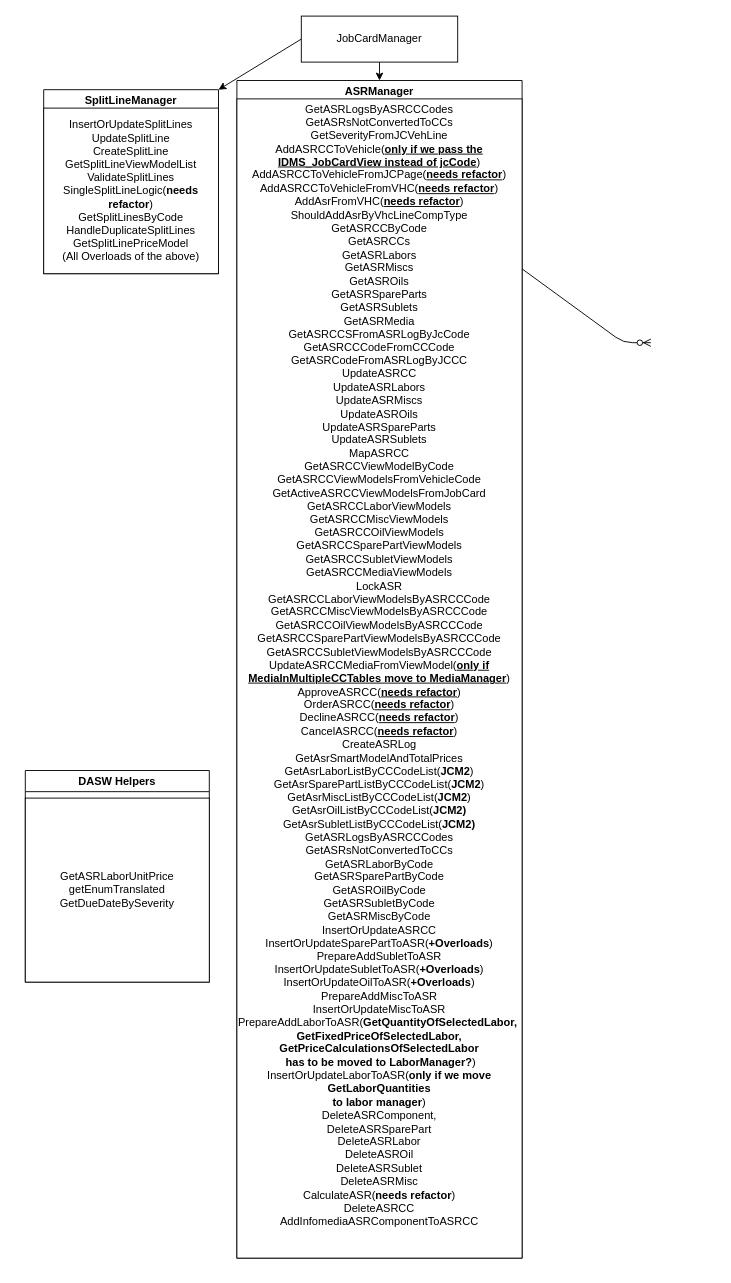
Above: JobCardManager.drawio in Douskasg/OD (draw.io), before the change. Source tidied: cells renumbered, new cells numbered last; positions are measured from the earlier drawing's top-left corner, leaving out a move shared by most shapes. Both pictures are drawn from the tidied source at 92%, with x=0, y=0 at pixel (25, 16).
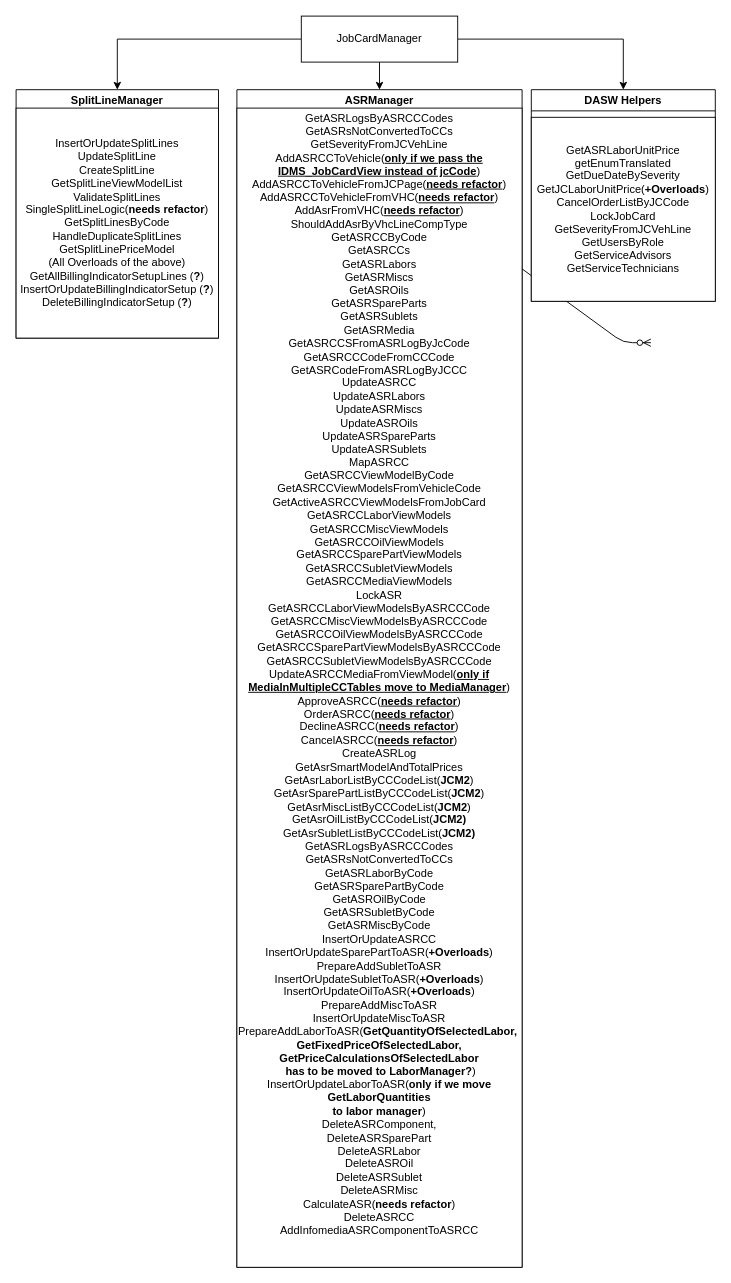
The same diagram, later.

Diff of the diagram source:
```diff
@@
 <mxGraphModel>
   <root>
     <mxCell id="0" />
     <mxCell id="1" parent="0" />
     <mxCell id="2" style="edgeStyle=entityRelationEdgeStyle;endArrow=ERzeroToMany;startArrow=ERone;endFill=1;startFill=0;" parent="1" edge="1">
       <mxGeometry relative="1" as="geometry">
         <mxPoint x="350" y="165" as="sourcePoint" />
         <mxPoint x="420" y="620" as="targetPoint" />
       </mxGeometry>
     </mxCell>
     <mxCell id="3" style="edgeStyle=entityRelationEdgeStyle;endArrow=ERzeroToMany;startArrow=ERone;endFill=1;startFill=0;" parent="1" edge="1">
       <mxGeometry relative="1" as="geometry">
         <mxPoint x="380" y="180" as="sourcePoint" />
         <mxPoint x="680" y="355" as="targetPoint" />
       </mxGeometry>
     </mxCell>
     <mxCell id="4" style="edgeStyle=orthogonalEdgeStyle;rounded=0;jettySize=auto;html=1;exitX=0.5;exitY=1;exitDx=0;exitDy=0;entryX=0.5;entryY=0;entryDx=0;entryDy=0;" parent="1" edge="1" source="5" target="9">
       <mxGeometry relative="1" as="geometry" />
     </mxCell>
+    <mxCell id="13" style="edgeStyle=orthogonalEdgeStyle;rounded=0;jettySize=auto;html=1;exitX=1;exitY=0.5;exitDx=0;exitDy=0;entryX=0.5;entryY=0;entryDx=0;entryDy=0;fontSize=12;" parent="1" edge="1" source="5" target="11">
+      <mxGeometry relative="1" as="geometry" />
+    </mxCell>
+    <mxCell id="6" style="edgeStyle=orthogonalEdgeStyle;rounded=0;jettySize=auto;html=1;exitX=0;exitY=0.5;exitDx=0;exitDy=0;entryX=0.5;entryY=0;entryDx=0;entryDy=0;fontSize=12;" parent="1" edge="1" source="5" target="7">
+      <mxGeometry relative="1" as="geometry" />
+    </mxCell>
     <mxCell id="5" value="JobCardManager" style="rounded=0;whiteSpace=wrap;html=1;" parent="1" vertex="1">
       <mxGeometry x="300" width="170" height="50" as="geometry" />
     </mxCell>
-    <mxCell id="6" style="endArrow=classic;html=1;rounded=0;exitX=0;exitY=0.5;exitDx=0;exitDy=0;entryX=1;entryY=0;entryDx=0;entryDy=0;" parent="1" edge="1" source="5" target="7">
-      <mxGeometry relative="1" as="geometry" />
-    </mxCell>
     <mxCell id="7" value="SplitLineManager" style="swimlane;" parent="1" vertex="1">
-      <mxGeometry x="20" y="80" width="190" height="200" as="geometry" />
+      <mxGeometry x="-10" y="80" width="220" height="270" as="geometry" />
     </mxCell>
-    <mxCell id="8" value="InsertOrUpdateSplitLines&lt;br&gt;UpdateSplitLine&lt;br&gt;CreateSplitLine&lt;br&gt;GetSplitLineViewModelList&lt;br&gt;ValidateSplitLines&lt;br&gt;SingleSplitLineLogic(&lt;b&gt;needs refactor&lt;/b&gt;)&lt;br&gt;GetSplitLinesByCode&lt;br&gt;HandleDuplicateSplitLines&lt;br&gt;GetSplitLinePriceModel&lt;br&gt;(All Overloads of the above)" style="whiteSpace=wrap;html=1;" parent="7" vertex="1">
-      <mxGeometry y="20" width="190" height="180" as="geometry" />
+    <mxCell id="8" value="InsertOrUpdateSplitLines&lt;br&gt;UpdateSplitLine&lt;br&gt;CreateSplitLine&lt;br&gt;GetSplitLineViewModelList&lt;br&gt;ValidateSplitLines&lt;br&gt;SingleSplitLineLogic(&lt;b&gt;needs refactor&lt;/b&gt;)&lt;br&gt;GetSplitLinesByCode&lt;br&gt;HandleDuplicateSplitLines&lt;br&gt;GetSplitLinePriceModel&lt;br&gt;(All Overloads of the above)&lt;br&gt;GetAllBillingIndicatorSetupLines (&lt;b&gt;?&lt;/b&gt;)&lt;br&gt;InsertOrUpdateBillingIndicatorSetup (&lt;b&gt;?&lt;/b&gt;)&lt;br&gt;DeleteBillingIndicatorSetup (&lt;b&gt;?&lt;/b&gt;)" style="whiteSpace=wrap;html=1;" parent="7" vertex="1">
+      <mxGeometry y="20" width="220" height="250" as="geometry" />
     </mxCell>
     <mxCell id="9" value="ASRManager" style="swimlane;" parent="1" vertex="1">
-      <mxGeometry x="230" y="70" width="310" height="1280" as="geometry" />
+      <mxGeometry x="230" y="80" width="310" height="1280" as="geometry" />
     </mxCell>
     <mxCell id="10" value="&lt;font&gt;GetASRLogsByASRCCCodes&lt;br&gt;GetASRsNotConvertedToCCs&lt;br&gt;GetSeverityFromJCVehLine&lt;br&gt;AddASRCCToVehicle(&lt;u style=&quot;font-size: 12px&quot;&gt;&lt;b&gt;only if we pass the IDMS_JobCardView instead of jcCode&lt;/b&gt;&lt;/u&gt;)&lt;br&gt;AddASRCCToVehicleFromJCPage(&lt;b style=&quot;font-size: 12px&quot;&gt;&lt;u&gt;needs refactor&lt;/u&gt;&lt;/b&gt;)&lt;br&gt;AddASRCCToVehicleFromVHC(&lt;b style=&quot;font-size: 12px&quot;&gt;&lt;u&gt;needs refactor&lt;/u&gt;&lt;/b&gt;)&lt;br&gt;AddAsrFromVHC(&lt;b style=&quot;font-size: 12px&quot;&gt;&lt;u&gt;needs refactor&lt;/u&gt;&lt;/b&gt;)&lt;br&gt;ShouldAddAsrByVhcLineCompType&lt;br&gt;GetASRCCByCode&lt;br&gt;GetASRCCs&lt;br&gt;GetASRLabors&lt;br&gt;GetASRMiscs&lt;br&gt;GetASROils&lt;br&gt;GetASRSpareParts&lt;br&gt;GetASRSublets&lt;br&gt;GetASRMedia&lt;br&gt;GetASRCCSFromASRLogByJcCode&lt;br&gt;GetASRCCCodeFromCCCode&lt;br&gt;GetASRCodeFromASRLogByJCCC&lt;br&gt;UpdateASRCC&lt;br&gt;UpdateASRLabors&lt;br&gt;UpdateASRMiscs&lt;br&gt;UpdateASROils&lt;br&gt;UpdateASRSpareParts&lt;br&gt;UpdateASRSublets&lt;br&gt;MapASRCC&lt;br&gt;GetASRCCViewModelByCode&lt;br&gt;GetASRCCViewModelsFromVehicleCode&lt;br&gt;GetActiveASRCCViewModelsFromJobCard&lt;br&gt;GetASRCCLaborViewModels&lt;br&gt;GetASRCCMiscViewModels&lt;br&gt;GetASRCCOilViewModels&lt;br&gt;GetASRCCSparePartViewModels&lt;br&gt;GetASRCCSubletViewModels&lt;br&gt;GetASRCCMediaViewModels&lt;br&gt;LockASR&lt;br&gt;GetASRCCLaborViewModelsByASRCCCode&lt;br&gt;GetASRCCMiscViewModelsByASRCCCode&lt;br&gt;GetASRCCOilViewModelsByASRCCCode&lt;br&gt;GetASRCCSparePartViewModelsByASRCCCode&lt;br&gt;GetASRCCSubletViewModelsByASRCCCode&lt;br&gt;UpdateASRCCMediaFromViewModel(&lt;u style=&quot;font-size: 12px&quot;&gt;&lt;b&gt;only if MediaInMultipleCCTables move to MediaManager&lt;/b&gt;&lt;/u&gt;)&lt;br&gt;ApproveASRCC(&lt;b style=&quot;font-size: 12px&quot;&gt;&lt;u&gt;needs refactor&lt;/u&gt;&lt;/b&gt;)&lt;br&gt;OrderASRCC(&lt;b style=&quot;font-size: 12px&quot;&gt;&lt;u&gt;needs refactor&lt;/u&gt;&lt;/b&gt;)&lt;br&gt;DeclineASRCC(&lt;b style=&quot;font-size: 12px&quot;&gt;&lt;u&gt;needs refactor&lt;/u&gt;&lt;/b&gt;)&lt;br&gt;CancelASRCC(&lt;b style=&quot;font-size: 12px&quot;&gt;&lt;u&gt;needs refactor&lt;/u&gt;&lt;/b&gt;)&lt;br&gt;CreateASRLog&lt;br&gt;GetAsrSmartModelAndTotalPrices&lt;br&gt;GetAsrLaborListByCCCodeList(&lt;b style=&quot;font-size: 12px&quot;&gt;JCM2&lt;/b&gt;)&lt;br&gt;GetAsrSparePartListByCCCodeList(&lt;b style=&quot;font-size: 12px&quot;&gt;JCM2&lt;/b&gt;)&lt;br&gt;GetAsrMiscListByCCCodeList(&lt;b style=&quot;font-size: 12px&quot;&gt;JCM2&lt;/b&gt;)&lt;br&gt;GetAsrOilListByCCCodeList(&lt;b style=&quot;font-size: 12px&quot;&gt;JCM2)&lt;br&gt;&lt;/b&gt;GetAsrSubletListByCCCodeList(&lt;b style=&quot;font-size: 12px&quot;&gt;JCM2)&lt;br&gt;&lt;/b&gt;GetASRLogsByASRCCCodes&lt;br&gt;GetASRsNotConvertedToCCs&lt;br&gt;GetASRLaborByCode&lt;br&gt;GetASRSparePartByCode&lt;br&gt;GetASROilByCode&lt;br&gt;GetASRSubletByCode&lt;br&gt;GetASRMiscByCode&lt;br&gt;InsertOrUpdateASRCC&lt;br&gt;InsertOrUpdateSparePartToASR(&lt;b style=&quot;font-size: 12px&quot;&gt;+Overloads&lt;/b&gt;)&lt;br&gt;PrepareAddSubletToASR&lt;br&gt;InsertOrUpdateSubletToASR(&lt;b style=&quot;font-size: 12px&quot;&gt;+Overloads&lt;/b&gt;)&lt;br&gt;InsertOrUpdateOilToASR(&lt;b&gt;+Overloads&lt;/b&gt;)&lt;br&gt;PrepareAddMiscToASR&lt;br&gt;InsertOrUpdateMiscToASR&lt;br&gt;PrepareAddLaborToASR(&lt;b&gt;GetQuantityOfSelectedLabor,&amp;nbsp;&lt;br&gt;&lt;/b&gt;&lt;b&gt;GetFixedPriceOfSelectedLabor,&lt;br&gt;GetPriceCalculationsOfSelectedLabor&lt;/b&gt;&lt;br&gt;&lt;b&gt;&amp;nbsp;has to be moved to LaborManager?&lt;/b&gt;)&lt;br&gt;InsertOrUpdateLaborToASR(&lt;b&gt;only if we move GetLaborQuantities&lt;/b&gt;&lt;br&gt;&lt;b&gt;to labor manager&lt;/b&gt;)&lt;br&gt;DeleteASRComponent,&lt;br&gt;DeleteASRSparePart&lt;br&gt;DeleteASRLabor&lt;br&gt;DeleteASROil&lt;br&gt;DeleteASRSublet&lt;br&gt;DeleteASRMisc&lt;br&gt;CalculateASR(&lt;b&gt;needs refactor&lt;/b&gt;)&lt;br&gt;DeleteASRCC&lt;br&gt;AddInfomediaASRComponentToASRCC&lt;br&gt;&lt;br&gt;&lt;br&gt;&lt;/font&gt;" style="whiteSpace=wrap;html=1;" parent="9" vertex="1">
       <mxGeometry y="20" width="310" height="1260" as="geometry" />
     </mxCell>
     <mxCell id="11" value="DASW Helpers" style="swimlane;" parent="1" vertex="1">
-      <mxGeometry y="820" width="200" height="230" as="geometry" />
+      <mxGeometry x="550" y="80" width="200" height="230" as="geometry" />
     </mxCell>
-    <mxCell id="12" value="GetASRLaborUnitPrice&lt;br&gt;getEnumTranslated&lt;br&gt;GetDueDateBySeverity" style="whiteSpace=wrap;html=1;" parent="11" vertex="1">
+    <mxCell id="12" value="GetASRLaborUnitPrice&lt;br&gt;getEnumTranslated&lt;br&gt;GetDueDateBySeverity&lt;br&gt;GetJCLaborUnitPrice(&lt;b&gt;+Overloads&lt;/b&gt;)&lt;br&gt;CancelOrderListByJCCode&lt;br&gt;LockJobCard&lt;br&gt;GetSeverityFromJCVehLine&lt;br&gt;GetUsersByRole&lt;br&gt;GetServiceAdvisors&lt;br&gt;GetServiceTechnicians" style="whiteSpace=wrap;html=1;" parent="11" vertex="1">
       <mxGeometry y="30" width="200" height="200" as="geometry" />
     </mxCell>
   </root>
 </mxGraphModel>
```
